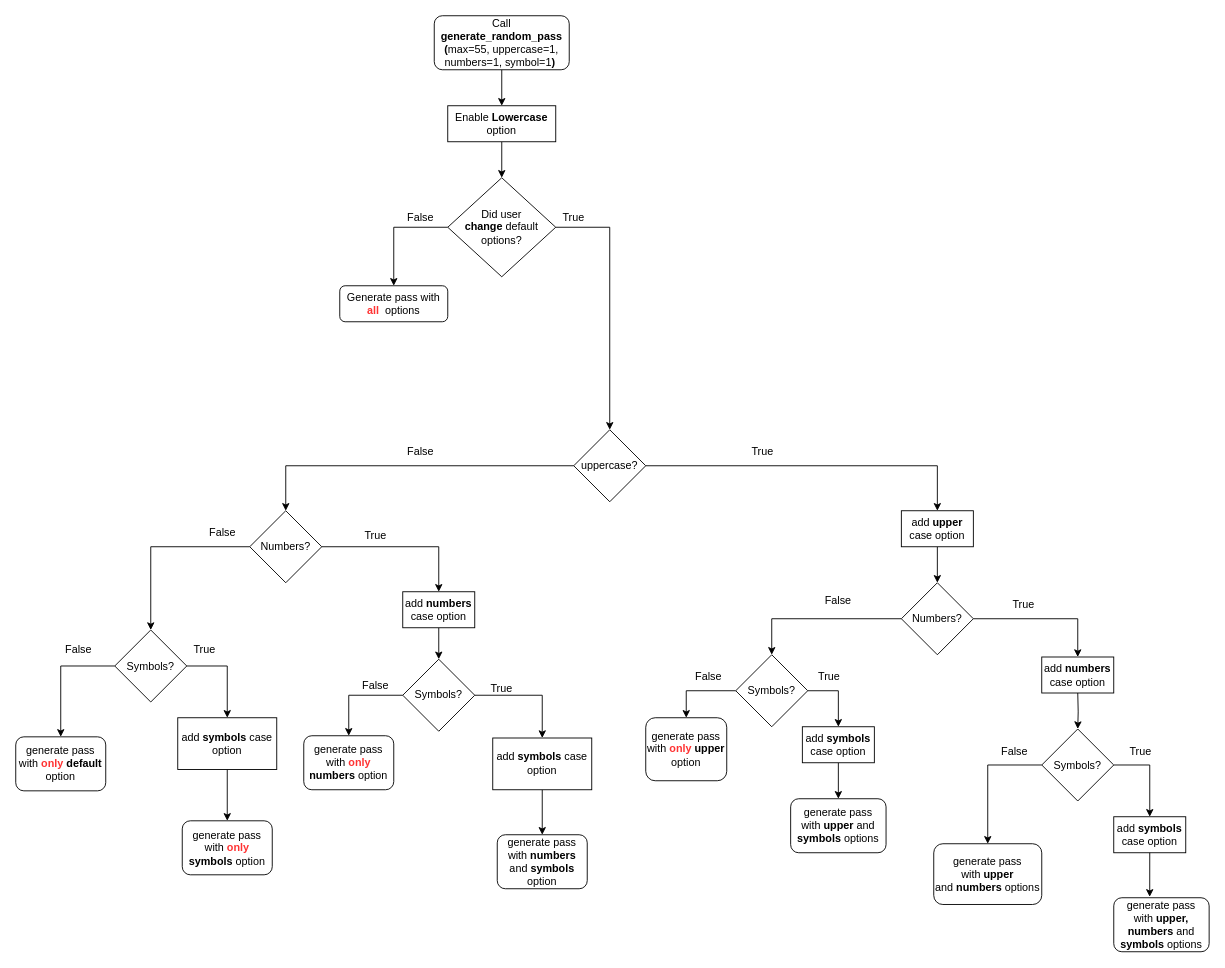
This is page "generate_random_pass" (2 of 3) of Password Generator.drawio from AndzejK/passGenerator, a draw.io file, before an edit. Source tidied: cells renumbered, new cells numbered last; positions are measured from the earlier drawing's top-left corner, leaving out a move shared by most shapes. Both pictures are drawn from the tidied source at 90%, with x=0, y=0 at pixel (15, 15).
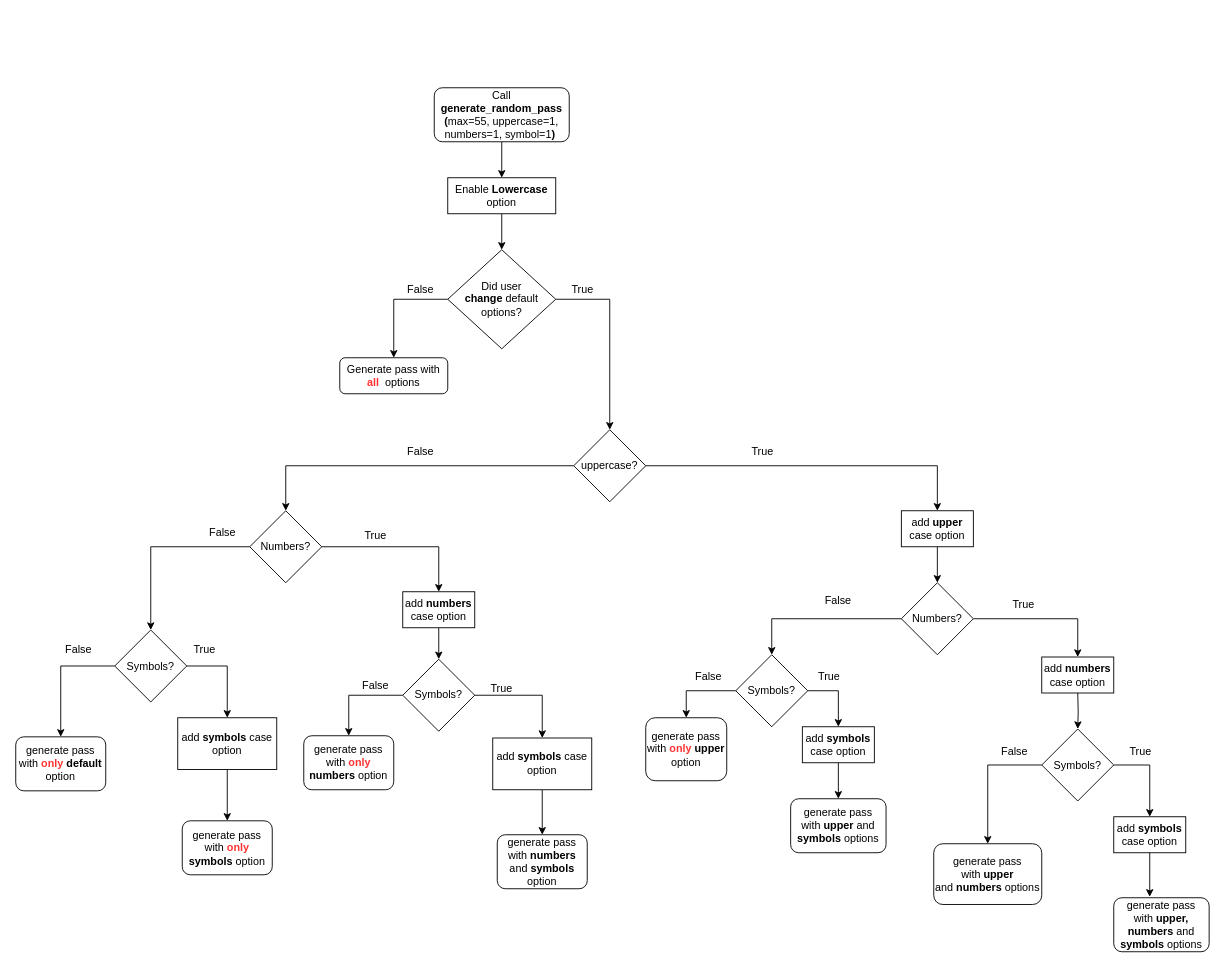
After the change.

The change refers to these unchanged cells:
```xml
<mxCell id="4" value="uppercase?" style="rhombus;whiteSpace=wrap;html=1;" parent="1" vertex="1">
  <mxGeometry x="620" y="460" width="80" height="80" as="geometry" />
</mxCell>
```

Change to the diagram source:
```diff
@@
     <mxCell id="60" value="Enable &lt;b&gt;Lowercase&lt;/b&gt; option" style="rounded=0;whiteSpace=wrap;html=1;" parent="1" vertex="1">
-      <mxGeometry x="480" y="100" width="120" height="40" as="geometry" />
+      <mxGeometry x="480" y="180" width="120" height="40" as="geometry" />
     </mxCell>
@@
+    <mxCell id="64" style="edgeStyle=orthogonalEdgeStyle;rounded=0;jettySize=auto;html=1;exitX=1;exitY=0.5;exitDx=0;exitDy=0;" parent="1" edge="1" source="62" target="4">
+      <mxGeometry relative="1" as="geometry" />
+    </mxCell>
     <mxCell id="62" value="Did user &lt;b&gt;change&lt;/b&gt;&amp;nbsp;default options?" style="rhombus;whiteSpace=wrap;html=1;" parent="1" vertex="1">
-      <mxGeometry x="480" y="180" width="120" height="110" as="geometry" />
+      <mxGeometry x="480" y="260" width="120" height="110" as="geometry" />
     </mxCell>
     <mxCell id="63" value="True" style="text;html=1;align=center;verticalAlign=middle;whiteSpace=wrap;rounded=0;" parent="1" vertex="1">
-      <mxGeometry x="590" y="210" width="60" height="30" as="geometry" />
+      <mxGeometry x="600" y="290" width="60" height="30" as="geometry" />
     </mxCell>
-    <mxCell id="64" style="endArrow=classic;html=1;rounded=0;exitX=1;exitY=0.5;exitDx=0;exitDy=0;entryX=0.5;entryY=0;entryDx=0;entryDy=0;" parent="1" edge="1" source="62" target="4">
-      <mxGeometry relative="1" as="geometry">
-        <Array as="points">
-          <mxPoint x="660" y="235" />
-        </Array>
-      </mxGeometry>
-    </mxCell>
     <mxCell id="65" value="Generate pass with &lt;font color=&quot;#ff3333&quot;&gt;&lt;span style=&quot;caret-color: rgb(255, 51, 51);&quot;&gt;&lt;b&gt;all&amp;nbsp;&lt;/b&gt;&lt;/span&gt;&lt;/font&gt;&amp;nbsp;options" style="rounded=1;whiteSpace=wrap;html=1;" parent="1" vertex="1">
-      <mxGeometry x="360" y="300" width="120" height="40" as="geometry" />
+      <mxGeometry x="360" y="380" width="120" height="40" as="geometry" />
     </mxCell>
     <mxCell id="66" value="False" style="text;html=1;align=center;verticalAlign=middle;whiteSpace=wrap;rounded=0;" parent="1" vertex="1">
-      <mxGeometry x="420" y="210" width="60" height="30" as="geometry" />
+      <mxGeometry x="420" y="290" width="60" height="30" as="geometry" />
     </mxCell>
@@
     <mxCell id="68" value="Call&lt;br&gt;&lt;b&gt;generate_random_pass (&lt;/b&gt;max=55, uppercase=1, numbers=1, symbol=1&lt;b&gt;)&lt;/b&gt;&amp;nbsp;" style="rounded=1;whiteSpace=wrap;html=1;" parent="1" vertex="1">
-      <mxGeometry x="465" width="150" height="60" as="geometry" />
+      <mxGeometry x="465" y="80" width="150" height="60" as="geometry" />
     </mxCell>
```
